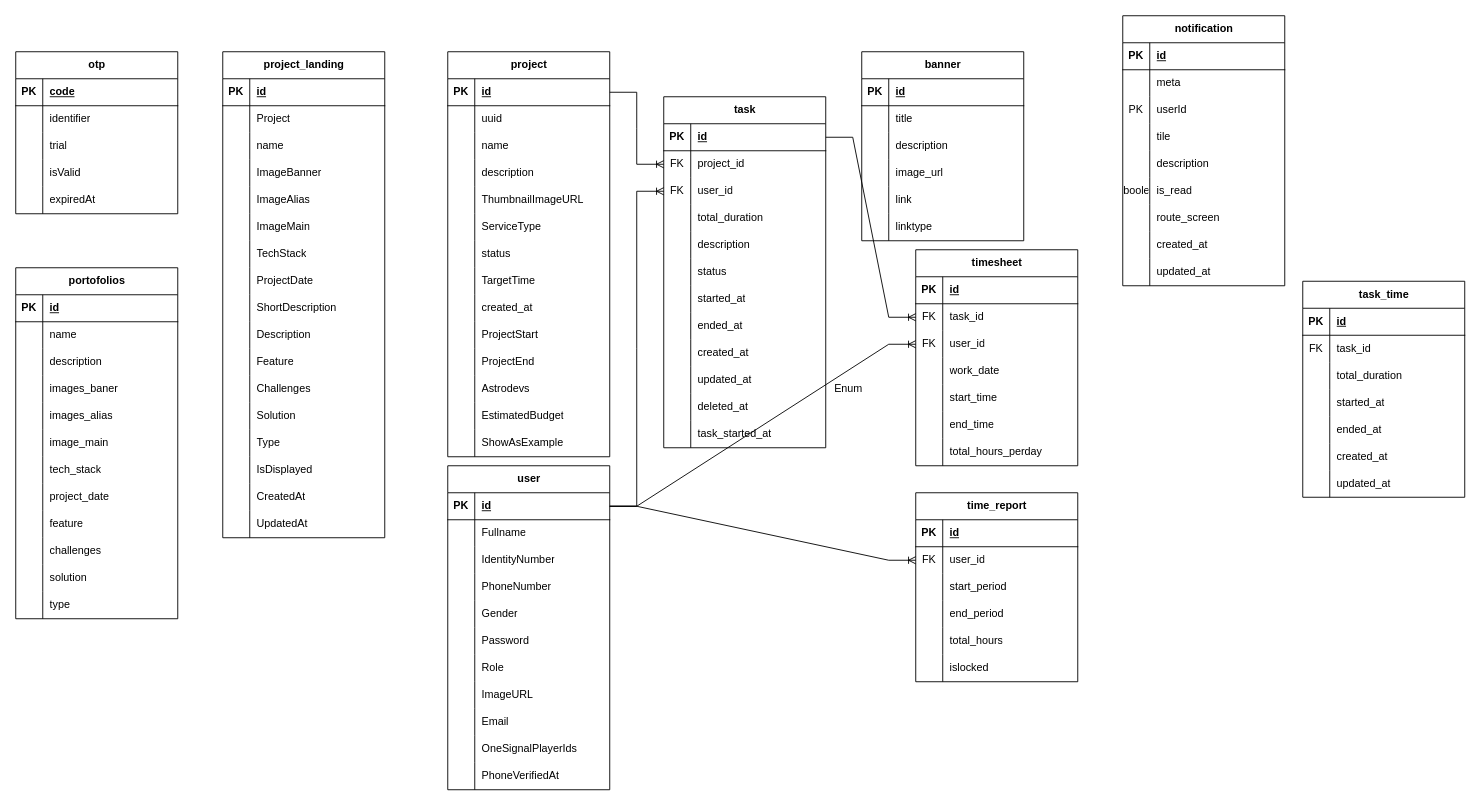
The draw.io diagram starspace/db_codespacex.drawio in DemoNicky/technical-test, before the edit. Source tidied: cells renumbered, new cells numbered last; positions are measured from the earlier drawing's top-left corner, leaving out a move shared by most shapes. Both pictures are drawn from the tidied source at 90%, with x=0, y=0 at pixel (15, 15).
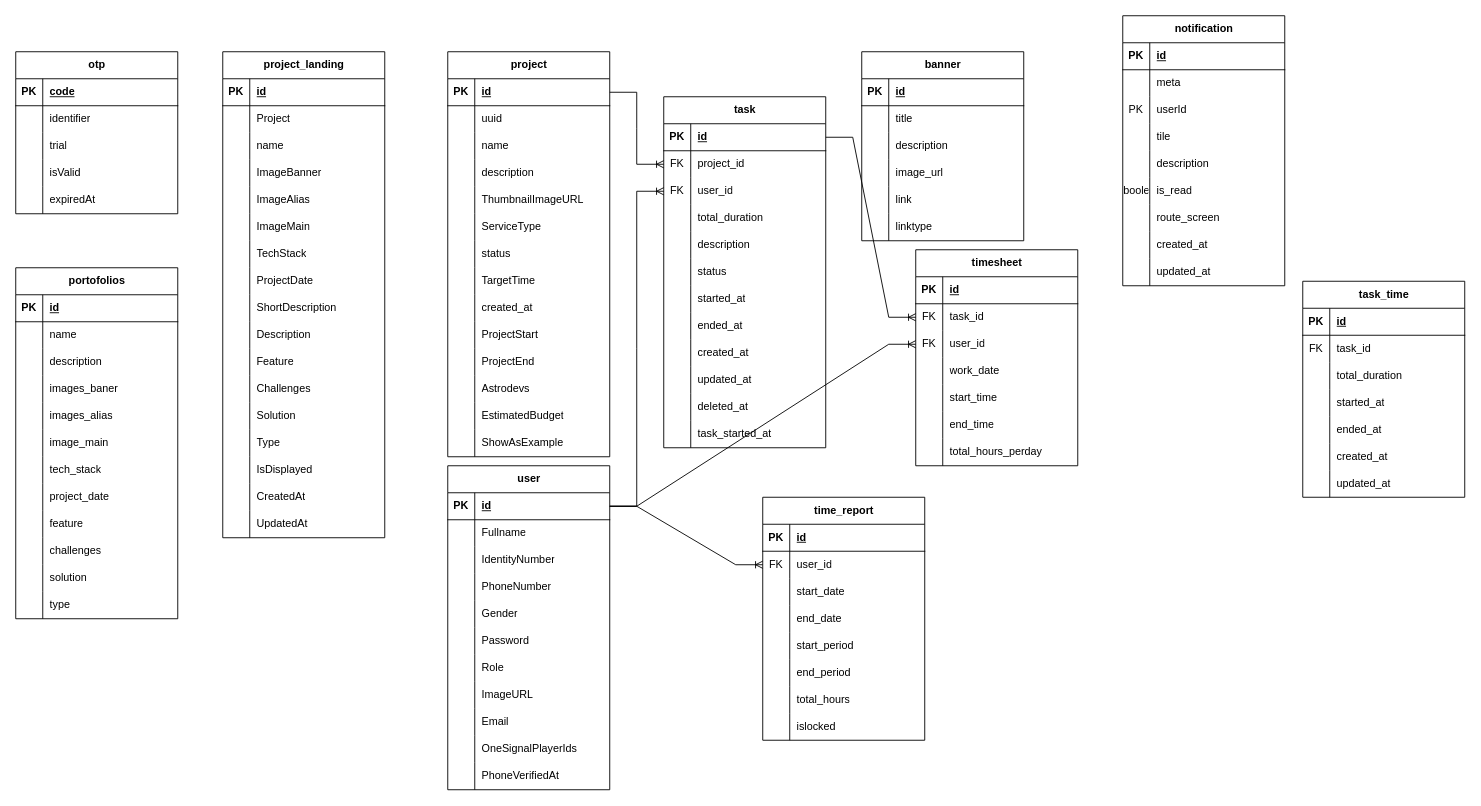
Above is the later version.

Unchanged cells that the change refers to:
```xml
<mxCell id="324" style="shape=tableRow;horizontal=0;startSize=0;swimlaneHead=0;swimlaneBody=0;fillColor=none;top=0;left=0;right=0;bottom=0;" parent="317" vertex="1">
  <mxGeometry y="90" width="180" height="30" as="geometry" />
</mxCell>
```

Change to the diagram source:
```diff
@@
-    <mxCell id="292" value="Enum" style="text;html=1;align=center;verticalAlign=middle;strokeColor=none;fillColor=none;" parent="1" vertex="1">
-      <mxGeometry x="900" y="400" width="50" height="30" as="geometry" />
-    </mxCell>
@@
     <mxCell id="317" value="time_report" style="shape=table;startSize=30;childLayout=tableLayout;rowLines=0;fontStyle=1;align=center;html=1;" parent="1" vertex="1">
-      <mxGeometry x="1000" y="530" width="180" height="210" as="geometry" />
+      <mxGeometry x="830" y="535" width="180" height="270" as="geometry" />
     </mxCell>
@@
-    <mxCell id="326" value="start_period" style="shape=partialRectangle;fillColor=none;top=0;left=0;bottom=0;right=0;align=left;spacingLeft=6;overflow=hidden;whiteSpace=wrap;html=1;" parent="324" vertex="1">
+    <mxCell id="326" value="start_date" style="shape=partialRectangle;fillColor=none;top=0;left=0;bottom=0;right=0;align=left;spacingLeft=6;overflow=hidden;whiteSpace=wrap;html=1;" parent="324" vertex="1">
       <mxGeometry x="30" width="150" height="30" as="geometry" />
     </mxCell>
+    <mxCell id="337" style="shape=tableRow;horizontal=0;startSize=0;swimlaneHead=0;swimlaneBody=0;fillColor=none;top=0;left=0;right=0;bottom=0;" parent="317" vertex="1">
+      <mxGeometry y="120" width="180" height="30" as="geometry" />
+    </mxCell>
+    <mxCell id="338" style="shape=partialRectangle;fillColor=none;top=0;left=0;bottom=0;right=0;overflow=hidden;whiteSpace=wrap;html=1;" parent="337" vertex="1">
+      <mxGeometry width="30" height="30" as="geometry" />
+    </mxCell>
+    <mxCell id="339" value="end_date" style="shape=partialRectangle;fillColor=none;top=0;left=0;bottom=0;right=0;align=left;spacingLeft=6;overflow=hidden;whiteSpace=wrap;html=1;" parent="337" vertex="1">
+      <mxGeometry x="30" width="150" height="30" as="geometry" />
+    </mxCell>
+    <mxCell id="340" style="shape=tableRow;horizontal=0;startSize=0;swimlaneHead=0;swimlaneBody=0;fillColor=none;top=0;left=0;right=0;bottom=0;" parent="317" vertex="1">
+      <mxGeometry y="150" width="180" height="30" as="geometry" />
+    </mxCell>
+    <mxCell id="341" style="shape=partialRectangle;fillColor=none;top=0;left=0;bottom=0;right=0;overflow=hidden;whiteSpace=wrap;html=1;" parent="340" vertex="1">
+      <mxGeometry width="30" height="30" as="geometry" />
+    </mxCell>
+    <mxCell id="342" value="start_period" style="shape=partialRectangle;fillColor=none;top=0;left=0;bottom=0;right=0;align=left;spacingLeft=6;overflow=hidden;whiteSpace=wrap;html=1;" parent="340" vertex="1">
+      <mxGeometry x="30" width="150" height="30" as="geometry" />
+    </mxCell>
     <mxCell id="327" style="shape=tableRow;horizontal=0;startSize=0;swimlaneHead=0;swimlaneBody=0;fillColor=none;top=0;left=0;right=0;bottom=0;" parent="317" vertex="1">
-      <mxGeometry y="120" width="180" height="30" as="geometry" />
+      <mxGeometry y="180" width="180" height="30" as="geometry" />
     </mxCell>
@@
     <mxCell id="330" style="shape=tableRow;horizontal=0;startSize=0;swimlaneHead=0;swimlaneBody=0;fillColor=none;top=0;left=0;right=0;bottom=0;" parent="317" vertex="1">
-      <mxGeometry y="150" width="180" height="30" as="geometry" />
+      <mxGeometry y="210" width="180" height="30" as="geometry" />
     </mxCell>
@@
     <mxCell id="333" style="shape=tableRow;horizontal=0;startSize=0;swimlaneHead=0;swimlaneBody=0;fillColor=none;top=0;left=0;right=0;bottom=0;" parent="317" vertex="1">
-      <mxGeometry y="180" width="180" height="30" as="geometry" />
+      <mxGeometry y="240" width="180" height="30" as="geometry" />
     </mxCell>
```
